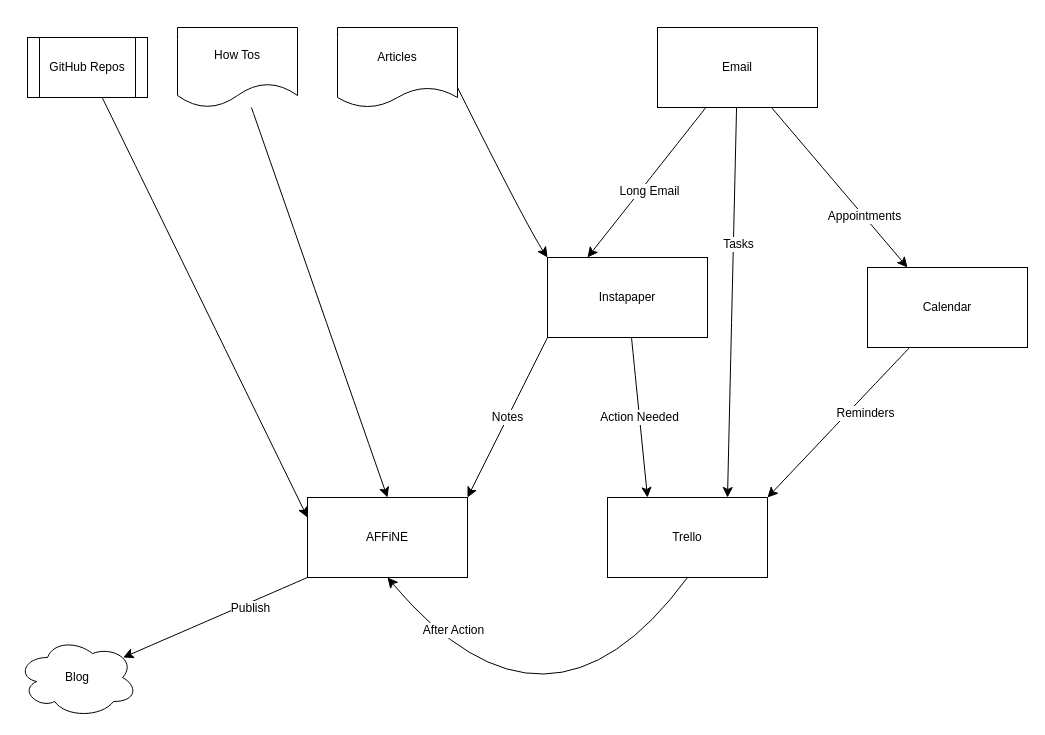
The draw.io diagram PKM Workflow.drawio in rowland007/Draw_IO_Diagrams, before the edit. Source tidied: cells renumbered, new cells numbered last; positions are measured from the earlier drawing's top-left corner, leaving out a move shared by most shapes. Both pictures are drawn from the tidied source at 100%, with x=0, y=0 at pixel (17, 27).
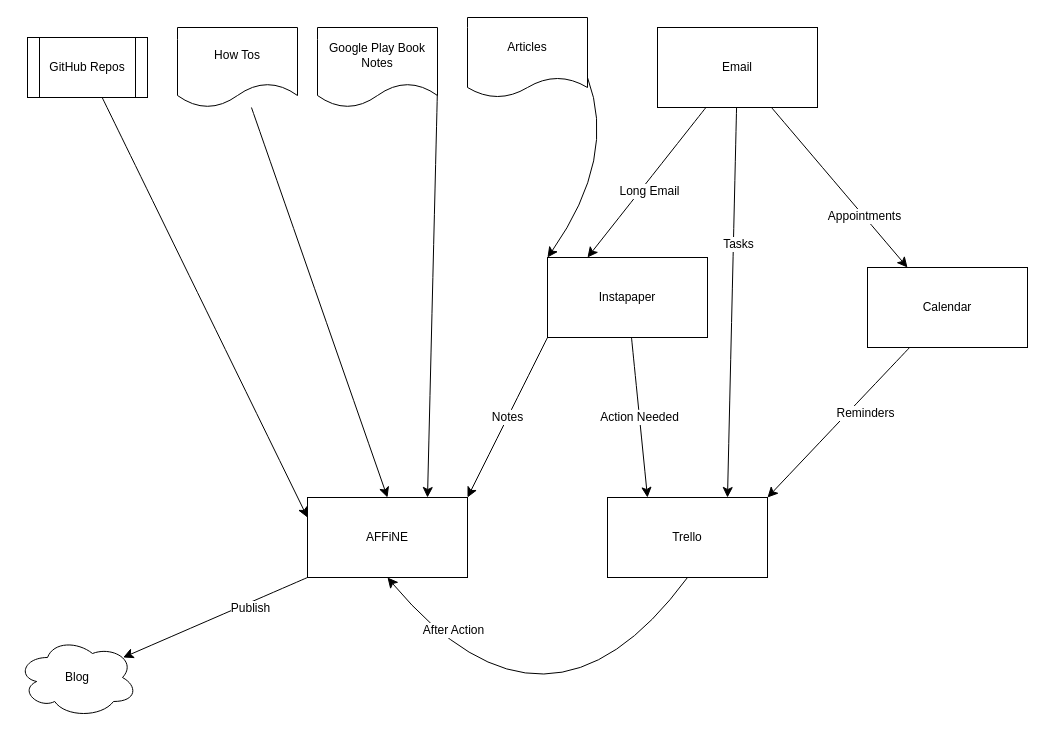
The same diagram, later.

The change refers to these unchanged cells:
```xml
<mxCell id="11" value="AFFiNE" style="rounded=0;whiteSpace=wrap;html=1;" parent="1" vertex="1">
  <mxGeometry x="290" y="470" width="160" height="80" as="geometry" />
</mxCell>
<mxCell id="17" value="Instapaper" style="rounded=0;whiteSpace=wrap;html=1;" parent="1" vertex="1">
  <mxGeometry x="530" y="230" width="160" height="80" as="geometry" />
</mxCell>
```

What changed in the source:
```diff
@@
     <mxCell id="21" style="edgeStyle=none;curved=1;rounded=0;jettySize=auto;html=1;entryX=0;entryY=0;entryDx=0;entryDy=0;fontSize=12;startSize=8;endSize=8;exitX=1;exitY=0.75;exitDx=0;exitDy=0;" parent="1" edge="1" source="22" target="17">
       <mxGeometry relative="1" as="geometry">
         <Array as="points">
-          <mxPoint x="510" y="200" />
+          <mxPoint x="600" y="130" />
         </Array>
       </mxGeometry>
     </mxCell>
     <mxCell id="22" value="Articles" style="shape=document;whiteSpace=wrap;html=1;boundedLbl=1;size=0.25;" parent="1" vertex="1">
-      <mxGeometry x="320" width="120" height="80" as="geometry" />
+      <mxGeometry x="450" y="-10" width="120" height="80" as="geometry" />
     </mxCell>
@@
+    <mxCell id="28" style="edgeStyle=none;curved=1;rounded=0;jettySize=auto;html=1;entryX=0.75;entryY=0;entryDx=0;entryDy=0;fontSize=12;startSize=8;endSize=8;exitX=1;exitY=0.75;exitDx=0;exitDy=0;" parent="1" edge="1" source="29" target="11">
+      <mxGeometry relative="1" as="geometry" />
+    </mxCell>
+    <mxCell id="29" value="Google Play Book Notes" style="shape=document;whiteSpace=wrap;html=1;boundedLbl=1;" parent="1" vertex="1">
+      <mxGeometry x="300" width="120" height="80" as="geometry" />
+    </mxCell>
```
